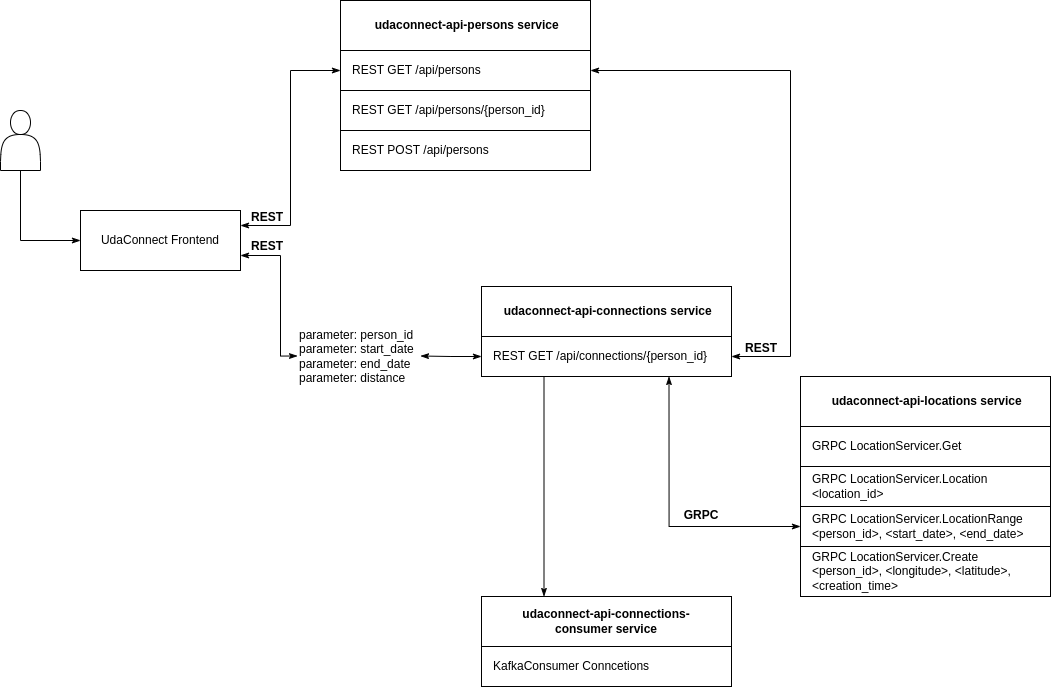
jgericke/nd064-c2-message-passing-projects-starter keeps this draw.io diagram as docs/architecture_design.png. Above is the earlier version. Source tidied: cells renumbered, new cells last; positions are measured from the earlier drawing's top-left corner, leaving out a move shared by most shapes. The source it was exported from:
```xml
<mxGraphModel>
  <root>
    <mxCell id="0" />
    <mxCell id="1" parent="0" />
    <mxCell id="2" value="&lt;b&gt;&amp;nbsp;udaconnect-api-persons service&lt;/b&gt;" style="rounded=0;whiteSpace=wrap;html=1;" parent="1" vertex="1">
      <mxGeometry x="340" width="250" height="50" as="geometry" />
    </mxCell>
    <mxCell id="3" value="UdaConnect Frontend" style="rounded=0;whiteSpace=wrap;html=1;" parent="1" vertex="1">
      <mxGeometry x="80" y="210" width="160" height="60" as="geometry" />
    </mxCell>
    <mxCell id="4" value="REST GET /api/persons" style="rounded=0;whiteSpace=wrap;html=1;align=left;spacingTop=0;spacingLeft=10;" parent="1" vertex="1">
      <mxGeometry x="340" y="50" width="250" height="40" as="geometry" />
    </mxCell>
    <mxCell id="5" value="parameter: person_id&lt;br&gt;parameter: start_date&lt;br&gt;parameter: end_date&lt;br&gt;parameter: distance" style="text;html=1;strokeColor=none;fillColor=none;align=left;verticalAlign=middle;whiteSpace=wrap;rounded=0;" parent="1" vertex="1">
      <mxGeometry x="297" y="323" width="123" height="65" as="geometry" />
    </mxCell>
    <mxCell id="6" value="REST GET /api/persons/{person_id}" style="rounded=0;whiteSpace=wrap;html=1;align=left;spacingTop=0;spacingLeft=10;" parent="1" vertex="1">
      <mxGeometry x="340" y="90" width="250" height="40" as="geometry" />
    </mxCell>
    <mxCell id="7" value="REST POST /api/persons" style="rounded=0;whiteSpace=wrap;html=1;align=left;spacingTop=0;spacingLeft=10;" parent="1" vertex="1">
      <mxGeometry x="340" y="130" width="250" height="40" as="geometry" />
    </mxCell>
    <mxCell id="8" value="&lt;b&gt;&amp;nbsp;udaconnect-api-connections service&lt;/b&gt;" style="rounded=0;whiteSpace=wrap;html=1;" parent="1" vertex="1">
      <mxGeometry x="481" y="286" width="250" height="50" as="geometry" />
    </mxCell>
    <mxCell id="9" value="REST GET /api/connections/{person_id}" style="rounded=0;whiteSpace=wrap;html=1;align=left;spacingTop=0;spacingLeft=10;" parent="1" vertex="1">
      <mxGeometry x="481" y="336" width="250" height="40" as="geometry" />
    </mxCell>
    <mxCell id="10" style="endArrow=classicThin;html=1;rounded=0;edgeStyle=orthogonalEdgeStyle;entryX=0;entryY=0.5;entryDx=0;entryDy=0;endFill=1;startArrow=classicThin;startFill=1;exitX=1;exitY=0.25;exitDx=0;exitDy=0;" parent="1" edge="1" source="3" target="4">
      <mxGeometry relative="1" as="geometry" />
    </mxCell>
    <mxCell id="11" value="REST" style="text;html=1;strokeColor=none;fillColor=none;align=center;verticalAlign=middle;whiteSpace=wrap;rounded=0;fontStyle=1;" parent="1" vertex="1">
      <mxGeometry x="237" y="202" width="60" height="30" as="geometry" />
    </mxCell>
    <mxCell id="12" style="endArrow=classicThin;html=1;rounded=0;edgeStyle=orthogonalEdgeStyle;endFill=1;startArrow=classicThin;startFill=1;exitX=1;exitY=0.75;exitDx=0;exitDy=0;entryX=0;entryY=0.5;entryDx=0;entryDy=0;" parent="1" edge="1" source="3" target="5">
      <mxGeometry relative="1" as="geometry">
        <Array as="points">
          <mxPoint x="280" y="255" />
          <mxPoint x="280" y="356" />
        </Array>
      </mxGeometry>
    </mxCell>
    <mxCell id="13" value="REST" style="text;html=1;strokeColor=none;fillColor=none;align=center;verticalAlign=middle;whiteSpace=wrap;rounded=0;fontStyle=1;" parent="1" vertex="1">
      <mxGeometry x="237" y="230" width="60" height="32" as="geometry" />
    </mxCell>
    <mxCell id="14" style="endArrow=classicThin;html=1;rounded=0;edgeStyle=orthogonalEdgeStyle;endFill=1;startArrow=classicThin;startFill=1;exitX=0;exitY=0.5;exitDx=0;exitDy=0;entryX=1;entryY=0.5;entryDx=0;entryDy=0;" parent="1" edge="1" source="9" target="5">
      <mxGeometry relative="1" as="geometry" />
    </mxCell>
    <mxCell id="15" value="&lt;b&gt;&amp;nbsp;udaconnect-api-locations service&lt;/b&gt;" style="rounded=0;whiteSpace=wrap;html=1;" parent="1" vertex="1">
      <mxGeometry x="800" y="376" width="250" height="50" as="geometry" />
    </mxCell>
    <mxCell id="16" value="GRPC&amp;nbsp;LocationServicer.Get" style="rounded=0;whiteSpace=wrap;html=1;align=left;spacingTop=0;spacingLeft=10;" parent="1" vertex="1">
      <mxGeometry x="800" y="426" width="250" height="40" as="geometry" />
    </mxCell>
    <mxCell id="17" value="GRPC&amp;nbsp;LocationServicer.Location &amp;lt;location_id&amp;gt;" style="rounded=0;whiteSpace=wrap;html=1;align=left;spacingTop=0;spacingLeft=10;" parent="1" vertex="1">
      <mxGeometry x="800" y="466" width="250" height="40" as="geometry" />
    </mxCell>
    <mxCell id="18" value="GRPC&amp;nbsp;LocationServicer.LocationRange &amp;lt;person_id&amp;gt;, &amp;lt;start_date&amp;gt;, &amp;lt;end_date&amp;gt;" style="rounded=0;whiteSpace=wrap;html=1;align=left;spacingTop=0;spacingLeft=10;" parent="1" vertex="1">
      <mxGeometry x="800" y="506" width="250" height="40" as="geometry" />
    </mxCell>
    <mxCell id="19" value="GRPC&amp;nbsp;LocationServicer.Create &amp;lt;person_id&amp;gt;, &amp;lt;longitude&amp;gt;, &amp;lt;latitude&amp;gt;, &amp;lt;creation_time&amp;gt;" style="rounded=0;whiteSpace=wrap;html=1;align=left;spacingTop=0;spacingLeft=10;" parent="1" vertex="1">
      <mxGeometry x="800" y="546" width="250" height="50" as="geometry" />
    </mxCell>
    <mxCell id="20" style="endArrow=classicThin;html=1;rounded=0;edgeStyle=orthogonalEdgeStyle;endFill=1;startArrow=classicThin;startFill=1;exitX=0.75;exitY=1;exitDx=0;exitDy=0;entryX=0;entryY=0.5;entryDx=0;entryDy=0;" parent="1" edge="1" source="9" target="18">
      <mxGeometry relative="1" as="geometry" />
    </mxCell>
    <mxCell id="21" style="endArrow=classicThin;html=1;rounded=0;edgeStyle=orthogonalEdgeStyle;endFill=1;startArrow=classicThin;startFill=1;exitX=1;exitY=0.5;exitDx=0;exitDy=0;entryX=1;entryY=0.5;entryDx=0;entryDy=0;" parent="1" edge="1" source="9" target="4">
      <mxGeometry relative="1" as="geometry">
        <Array as="points">
          <mxPoint x="790" y="356" />
          <mxPoint x="790" y="70" />
        </Array>
      </mxGeometry>
    </mxCell>
    <mxCell id="22" value="REST" style="text;html=1;strokeColor=none;fillColor=none;align=center;verticalAlign=middle;whiteSpace=wrap;rounded=0;fontStyle=1;" parent="1" vertex="1">
      <mxGeometry x="731" y="333" width="60" height="30" as="geometry" />
    </mxCell>
    <mxCell id="23" value="GRPC" style="text;html=1;strokeColor=none;fillColor=none;align=center;verticalAlign=middle;whiteSpace=wrap;rounded=0;fontStyle=1;" parent="1" vertex="1">
      <mxGeometry x="671" y="500" width="60" height="30" as="geometry" />
    </mxCell>
    <mxCell id="24" value="&lt;b&gt;udaconnect-api-connections-consumer&amp;nbsp;service&lt;/b&gt;" style="rounded=0;whiteSpace=wrap;html=1;" parent="1" vertex="1">
      <mxGeometry x="481" y="596" width="250" height="50" as="geometry" />
    </mxCell>
    <mxCell id="25" value="KafkaConsumer Conncetions" style="rounded=0;whiteSpace=wrap;html=1;align=left;spacingTop=0;spacingLeft=10;" parent="1" vertex="1">
      <mxGeometry x="481" y="646" width="250" height="40" as="geometry" />
    </mxCell>
    <mxCell id="26" style="endArrow=classicThin;html=1;rounded=0;edgeStyle=orthogonalEdgeStyle;endFill=1;startArrow=none;startFill=0;exitX=0.25;exitY=1;exitDx=0;exitDy=0;entryX=0.25;entryY=0;entryDx=0;entryDy=0;" parent="1" edge="1" source="9" target="24">
      <mxGeometry relative="1" as="geometry" />
    </mxCell>
    <mxCell id="27" style="edgeStyle=orthogonalEdgeStyle;rounded=0;jettySize=auto;html=1;entryX=0;entryY=0.5;entryDx=0;entryDy=0;startArrow=none;startFill=0;endArrow=classicThin;endFill=1;exitX=0.5;exitY=1;exitDx=0;exitDy=0;" parent="1" edge="1" source="28" target="3">
      <mxGeometry relative="1" as="geometry" />
    </mxCell>
    <mxCell id="28" style="shape=actor;whiteSpace=wrap;html=1;" parent="1" vertex="1">
      <mxGeometry y="110" width="40" height="60" as="geometry" />
    </mxCell>
  </root>
</mxGraphModel>
```
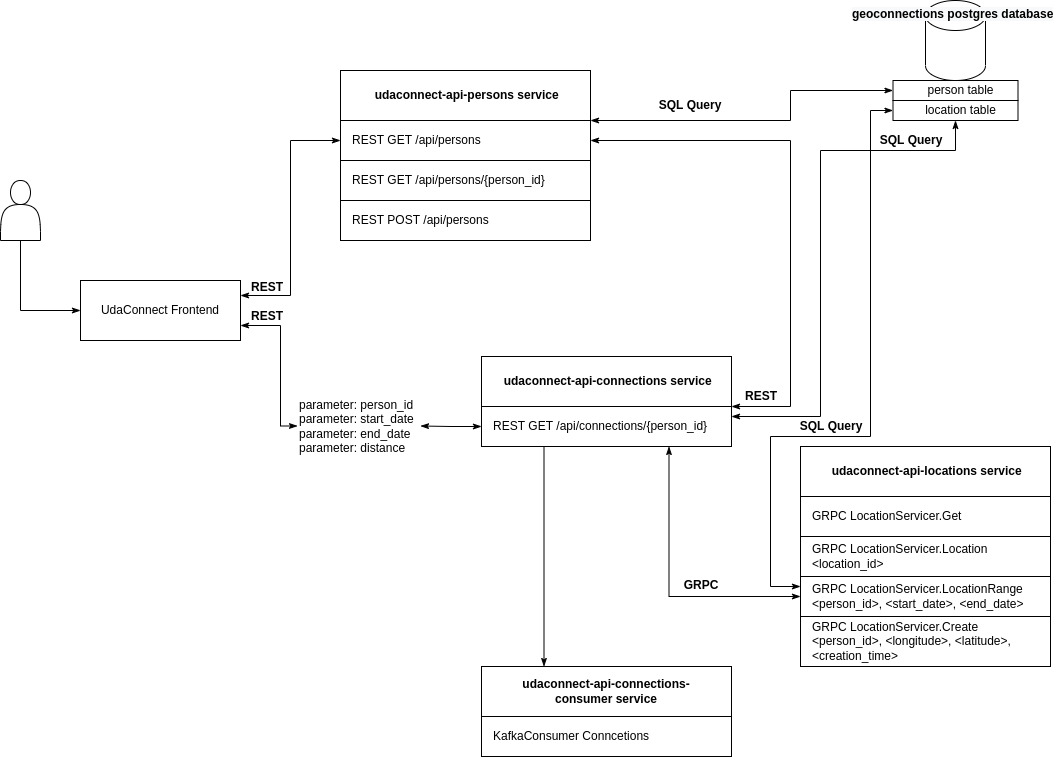
Later version of the same file.

The edit, as a diff of the source:
```diff
@@ -64,16 +64,16 @@
     <mxCell id="20" style="endArrow=classicThin;html=1;rounded=0;edgeStyle=orthogonalEdgeStyle;endFill=1;startArrow=classicThin;startFill=1;exitX=0.75;exitY=1;exitDx=0;exitDy=0;entryX=0;entryY=0.5;entryDx=0;entryDy=0;" parent="1" edge="1" source="9" target="18">
       <mxGeometry relative="1" as="geometry" />
     </mxCell>
-    <mxCell id="21" style="endArrow=classicThin;html=1;rounded=0;edgeStyle=orthogonalEdgeStyle;endFill=1;startArrow=classicThin;startFill=1;exitX=1;exitY=0.5;exitDx=0;exitDy=0;entryX=1;entryY=0.5;entryDx=0;entryDy=0;" parent="1" edge="1" source="9" target="4">
+    <mxCell id="21" style="endArrow=classicThin;html=1;rounded=0;edgeStyle=orthogonalEdgeStyle;endFill=1;startArrow=classicThin;startFill=1;exitX=1;exitY=0;exitDx=0;exitDy=0;entryX=1;entryY=0.5;entryDx=0;entryDy=0;" parent="1" edge="1" source="9" target="4">
       <mxGeometry relative="1" as="geometry">
         <Array as="points">
-          <mxPoint x="790" y="356" />
+          <mxPoint x="790" y="336" />
           <mxPoint x="790" y="70" />
         </Array>
       </mxGeometry>
     </mxCell>
     <mxCell id="22" value="REST" style="text;html=1;strokeColor=none;fillColor=none;align=center;verticalAlign=middle;whiteSpace=wrap;rounded=0;fontStyle=1;" parent="1" vertex="1">
-      <mxGeometry x="731" y="333" width="60" height="30" as="geometry" />
+      <mxGeometry x="731" y="310.5" width="60" height="30" as="geometry" />
     </mxCell>
     <mxCell id="23" value="GRPC" style="text;html=1;strokeColor=none;fillColor=none;align=center;verticalAlign=middle;whiteSpace=wrap;rounded=0;fontStyle=1;" parent="1" vertex="1">
       <mxGeometry x="671" y="500" width="60" height="30" as="geometry" />
@@ -93,5 +93,53 @@
     <mxCell id="28" style="shape=actor;whiteSpace=wrap;html=1;" parent="1" vertex="1">
       <mxGeometry y="110" width="40" height="60" as="geometry" />
     </mxCell>
+    <mxCell id="29" style="shape=cylinder3;whiteSpace=wrap;html=1;boundedLbl=1;backgroundOutline=1;size=15;" parent="1" vertex="1">
+      <mxGeometry x="925" y="-70" width="60" height="80" as="geometry" />
+    </mxCell>
+    <mxCell id="30" value="&lt;b style=&quot;color: rgb(0 , 0 , 0) ; font-family: &amp;#34;helvetica&amp;#34; ; font-size: 12px ; font-style: normal ; letter-spacing: normal ; text-align: center ; text-indent: 0px ; text-transform: none ; word-spacing: 0px ; background-color: rgb(248 , 249 , 250)&quot;&gt;geoconnections postgres database&lt;/b&gt;" style="text;whiteSpace=wrap;html=1;" parent="1" vertex="1">
+      <mxGeometry x="850" y="-70" width="210" height="30" as="geometry" />
+    </mxCell>
+    <mxCell id="31" value="person table" style="rounded=0;whiteSpace=wrap;html=1;align=center;spacingTop=0;spacingLeft=10;" parent="1" vertex="1">
+      <mxGeometry x="892.5" y="10" width="125" height="20" as="geometry" />
+    </mxCell>
+    <mxCell id="32" value="location table" style="rounded=0;whiteSpace=wrap;html=1;align=center;spacingTop=0;spacingLeft=10;" parent="1" vertex="1">
+      <mxGeometry x="892.5" y="30" width="125" height="20" as="geometry" />
+    </mxCell>
+    <mxCell id="33" style="endArrow=classicThin;html=1;rounded=0;edgeStyle=orthogonalEdgeStyle;endFill=1;startArrow=classicThin;startFill=1;exitX=0;exitY=0.5;exitDx=0;exitDy=0;entryX=1;entryY=0;entryDx=0;entryDy=0;" parent="1" edge="1" source="31" target="4">
+      <mxGeometry relative="1" as="geometry">
+        <Array as="points">
+          <mxPoint x="790" y="20" />
+          <mxPoint x="790" y="50" />
+        </Array>
+      </mxGeometry>
+    </mxCell>
+    <mxCell id="34" value="SQL Query" style="text;html=1;strokeColor=none;fillColor=none;align=center;verticalAlign=middle;whiteSpace=wrap;rounded=0;fontStyle=1;" parent="1" vertex="1">
+      <mxGeometry x="650" y="20" width="80" height="30" as="geometry" />
+    </mxCell>
+    <mxCell id="35" style="endArrow=classicThin;html=1;rounded=0;edgeStyle=orthogonalEdgeStyle;endFill=1;startArrow=classicThin;startFill=1;exitX=0;exitY=0.25;exitDx=0;exitDy=0;entryX=0;entryY=0.5;entryDx=0;entryDy=0;" parent="1" edge="1" source="18" target="32">
+      <mxGeometry relative="1" as="geometry">
+        <Array as="points">
+          <mxPoint x="770" y="516" />
+          <mxPoint x="770" y="366" />
+          <mxPoint x="870" y="366" />
+          <mxPoint x="870" y="40" />
+        </Array>
+      </mxGeometry>
+    </mxCell>
+    <mxCell id="36" value="SQL Query" style="text;html=1;strokeColor=none;fillColor=none;align=center;verticalAlign=middle;whiteSpace=wrap;rounded=0;fontStyle=1;" parent="1" vertex="1">
+      <mxGeometry x="791" y="340.5" width="80" height="30" as="geometry" />
+    </mxCell>
+    <mxCell id="37" style="endArrow=classicThin;html=1;rounded=0;edgeStyle=orthogonalEdgeStyle;endFill=1;startArrow=classicThin;startFill=1;exitX=1;exitY=0.25;exitDx=0;exitDy=0;entryX=0.5;entryY=1;entryDx=0;entryDy=0;" parent="1" edge="1" source="9" target="32">
+      <mxGeometry relative="1" as="geometry">
+        <Array as="points">
+          <mxPoint x="820" y="346" />
+          <mxPoint x="820" y="80" />
+          <mxPoint x="955" y="80" />
+        </Array>
+      </mxGeometry>
+    </mxCell>
+    <mxCell id="38" value="SQL Query" style="text;html=1;strokeColor=none;fillColor=none;align=center;verticalAlign=middle;whiteSpace=wrap;rounded=0;fontStyle=1;" parent="1" vertex="1">
+      <mxGeometry x="871" y="55" width="80" height="30" as="geometry" />
+    </mxCell>
   </root>
 </mxGraphModel>
```
